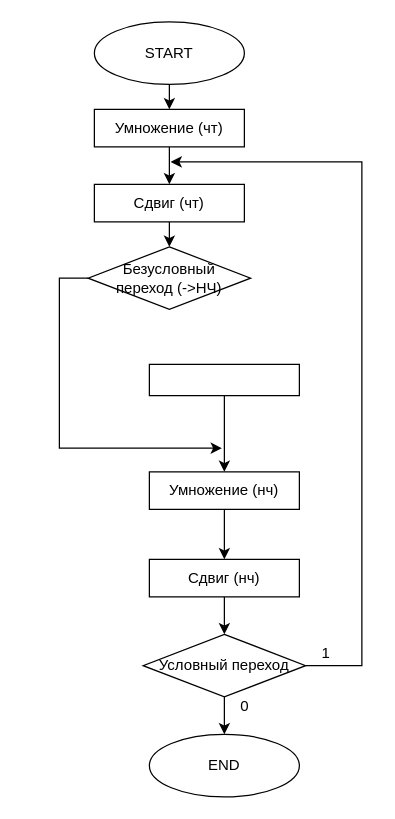
TimurQQ/Workshop keeps this draw.io diagram as test-program_BUK.drawio. Above is the earlier version. Source tidied: cells renumbered, new cells numbered last; positions are measured from the earlier drawing's top-left corner, leaving out a move shared by most shapes. Both pictures are drawn from the tidied source at 125%, with x=0, y=0 at pixel (-10, 21).
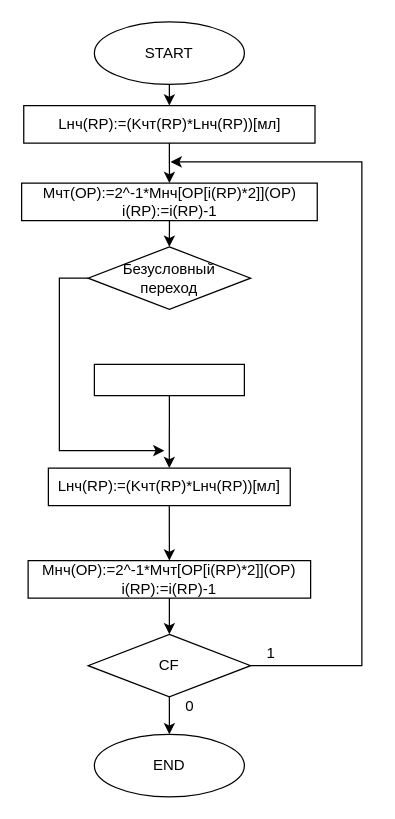
The same diagram, later.

Diff of the diagram source:
```diff
@@
-    <mxCell id="2" value="Умножение (чт)" style="rounded=0;whiteSpace=wrap;html=1;" parent="1" vertex="1">
-      <mxGeometry x="83" y="70" width="120" height="30" as="geometry" />
+    <mxCell id="2" value="Lнч(RP):=(Kчт(RP)*Lнч(RP))[мл]" style="rounded=0;whiteSpace=wrap;html=1;" parent="1" vertex="1">
+      <mxGeometry x="26.5" y="67" width="233" height="30" as="geometry" />
     </mxCell>
-    <mxCell id="3" value="Сдвиг (чт)" style="rounded=0;whiteSpace=wrap;html=1;" parent="1" vertex="1">
-      <mxGeometry x="83" y="130" width="120" height="30" as="geometry" />
+    <mxCell id="3" value="Mчт(OP):=2^-1*Mнч[OP[i(RP)*2]](OP)&lt;br&gt;i(RP):=i(RP)-1" style="rounded=0;whiteSpace=wrap;html=1;" parent="1" vertex="1">
+      <mxGeometry x="24.8" y="129" width="236.5" height="30" as="geometry" />
     </mxCell>
-    <mxCell id="4" value="Умножение (нч)" style="rounded=0;whiteSpace=wrap;html=1;" parent="1" vertex="1">
-      <mxGeometry x="127" y="360" width="120" height="30" as="geometry" />
+    <mxCell id="4" value="Lнч(RP):=(Kчт(RP)*Lнч(RP))[мл]" style="rounded=0;whiteSpace=wrap;html=1;" parent="1" vertex="1">
+      <mxGeometry x="46.2" y="357" width="193.5" height="30" as="geometry" />
     </mxCell>
-    <mxCell id="5" value="Сдвиг (нч)" style="rounded=0;whiteSpace=wrap;html=1;" parent="1" vertex="1">
-      <mxGeometry x="127" y="430" width="120" height="30" as="geometry" />
+    <mxCell id="5" value="Mнч(OP):=2^-1*Mчт[OP[i(RP)*2]](OP)&lt;br&gt;i(RP):=i(RP)-1" style="rounded=0;whiteSpace=wrap;html=1;" parent="1" vertex="1">
+      <mxGeometry x="30" y="431" width="226" height="30" as="geometry" />
     </mxCell>
-    <mxCell id="6" value="Условный переход" style="rhombus;whiteSpace=wrap;html=1;" parent="1" vertex="1">
-      <mxGeometry x="122" y="490" width="130" height="50" as="geometry" />
+    <mxCell id="6" value="CF" style="rhombus;whiteSpace=wrap;html=1;" parent="1" vertex="1">
+      <mxGeometry x="78" y="490" width="130" height="50" as="geometry" />
     </mxCell>
-    <mxCell id="7" value="Безусловный&lt;br&gt;переход (-&amp;gt;НЧ)" style="rhombus;whiteSpace=wrap;html=1;" parent="1" vertex="1">
+    <mxCell id="7" value="Безусловный&lt;br&gt;переход" style="rhombus;whiteSpace=wrap;html=1;" parent="1" vertex="1">
       <mxGeometry x="78" y="180" width="130" height="50" as="geometry" />
     </mxCell>
@@
     <mxCell id="9" value="END" style="ellipse;whiteSpace=wrap;html=1;" parent="1" vertex="1">
-      <mxGeometry x="127" y="570" width="120" height="50" as="geometry" />
+      <mxGeometry x="83" y="570" width="120" height="50" as="geometry" />
     </mxCell>
@@
     <mxCell id="11" style="rounded=0;whiteSpace=wrap;html=1;" parent="1" vertex="1">
-      <mxGeometry x="127" y="274" width="120" height="25" as="geometry" />
+      <mxGeometry x="83" y="274" width="120" height="25" as="geometry" />
     </mxCell>
@@
     <mxCell id="17" style="edgeStyle=elbowEdgeStyle;elbow=horizontal;endArrow=classic;html=1;rounded=0;exitX=0;exitY=0.5;exitDx=0;exitDy=0;" parent="1" edge="1" source="7">
       <mxGeometry relative="1" as="geometry">
-        <mxPoint x="185" y="341" as="targetPoint" />
+        <mxPoint x="139" y="343" as="targetPoint" />
         <Array as="points">
           <mxPoint x="55" y="277" />
           <mxPoint y="246" />
           <mxPoint x="14" y="179" />
         </Array>
       </mxGeometry>
     </mxCell>
@@
     <mxCell id="20" value="1" style="text;html=1;align=center;verticalAlign=middle;strokeColor=none;fillColor=none;" parent="1" vertex="1">
-      <mxGeometry x="259" y="496" width="17" height="18" as="geometry" />
+      <mxGeometry x="215" y="496" width="17" height="18" as="geometry" />
     </mxCell>
     <mxCell id="21" value="0" style="text;html=1;align=center;verticalAlign=middle;strokeColor=none;fillColor=none;" parent="1" vertex="1">
-      <mxGeometry x="194" y="539" width="17" height="18" as="geometry" />
+      <mxGeometry x="150" y="539" width="17" height="18" as="geometry" />
     </mxCell>
```
